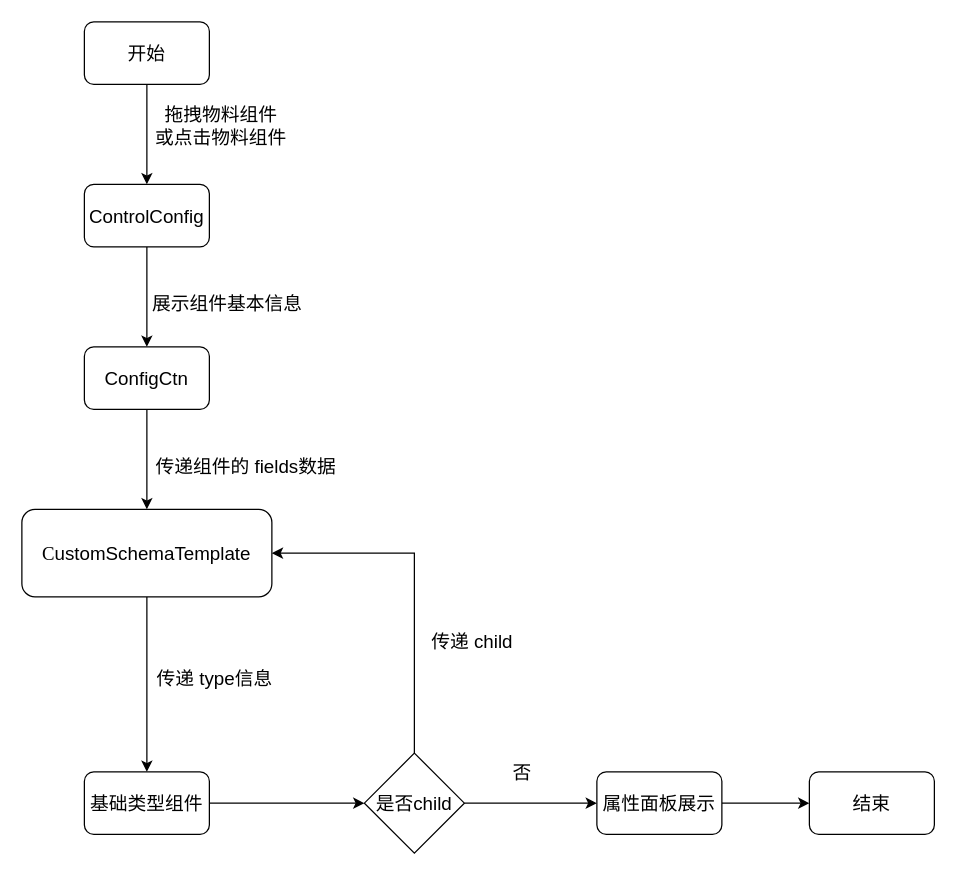
Before: 第五章/属性面板组件流程图.drawio in yuxinyu12345/diagrams, a draw.io diagram. Source tidied: cells renumbered, new cells numbered last; positions are measured from the earlier drawing's top-left corner, leaving out a move shared by most shapes. Both pictures are drawn from the tidied source at 125%, with x=0, y=0 at pixel (21, 21).
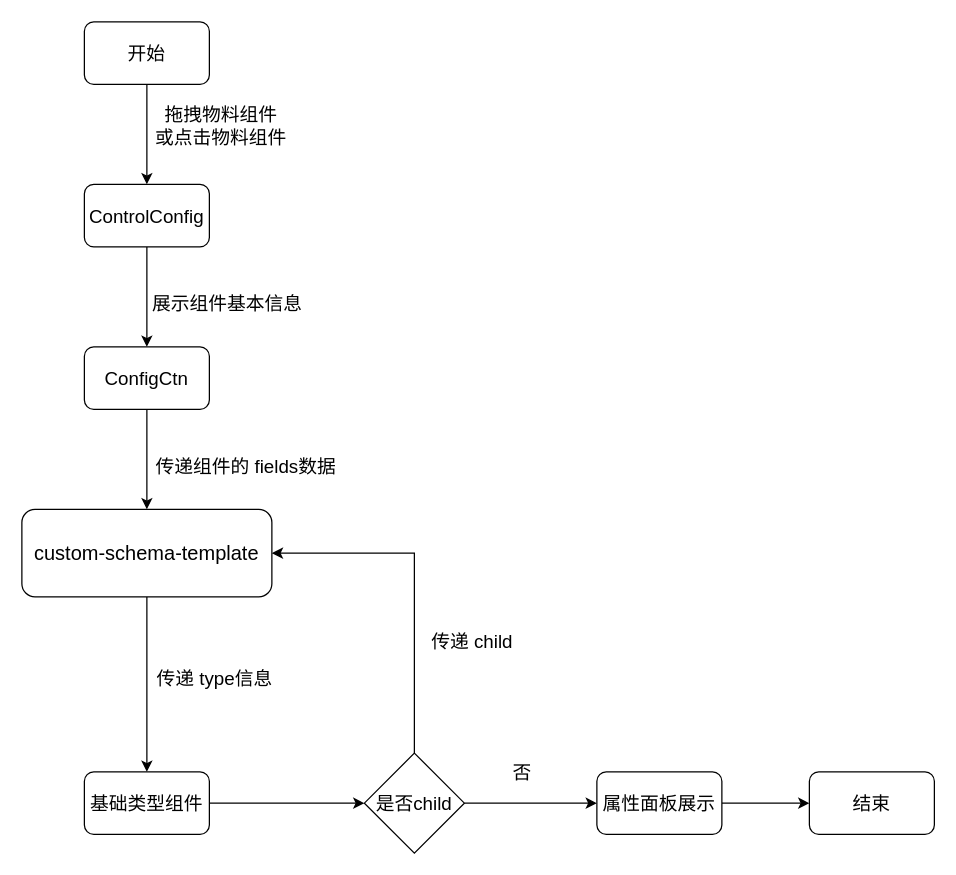
Above is the later version.

Commit message:
更新属性面板组件流程图.drawio

Change to the diagram source:
```diff
@@
-    <mxCell id="9" value="&lt;p class=&quot;MsoNormal&quot; style=&quot;margin: 0pt 0pt 0.0001pt; text-align: justify; font-family: &amp;quot;Times New Roman&amp;quot;; font-size: 15px;&quot;&gt;C&lt;span style=&quot;font-family: 宋体; font-size: 15px;&quot;&gt;ustom&lt;/span&gt;&lt;span style=&quot;font-family: 宋体; font-size: 15px;&quot;&gt;S&lt;/span&gt;&lt;span style=&quot;font-family: 宋体; font-size: 15px;&quot;&gt;chema&lt;/span&gt;&lt;span style=&quot;font-family: 宋体; font-size: 15px;&quot;&gt;T&lt;/span&gt;&lt;span style=&quot;font-family: 宋体; font-size: 15px;&quot;&gt;emplate&lt;/span&gt;&lt;/p&gt;" style="rounded=1;whiteSpace=wrap;html=1;fontSize=15;" parent="1" vertex="1">
+    <mxCell id="9" value="&lt;p style=&quot;margin: 0pt 0pt 0.0001pt; text-align: justify; font-family: &amp;quot;Times New Roman&amp;quot;; font-size: 10.5pt;&quot; class=&quot;MsoNormal&quot;&gt;&lt;span style=&quot;font-family: &amp;quot;Times New Roman Regular&amp;quot;; font-size: 12pt;&quot;&gt;custom-schema-template&lt;/span&gt;&lt;/p&gt;" style="rounded=1;whiteSpace=wrap;html=1;fontSize=15;" parent="1" vertex="1">
       <mxGeometry y="390" width="200" height="70" as="geometry" />
     </mxCell>
```
